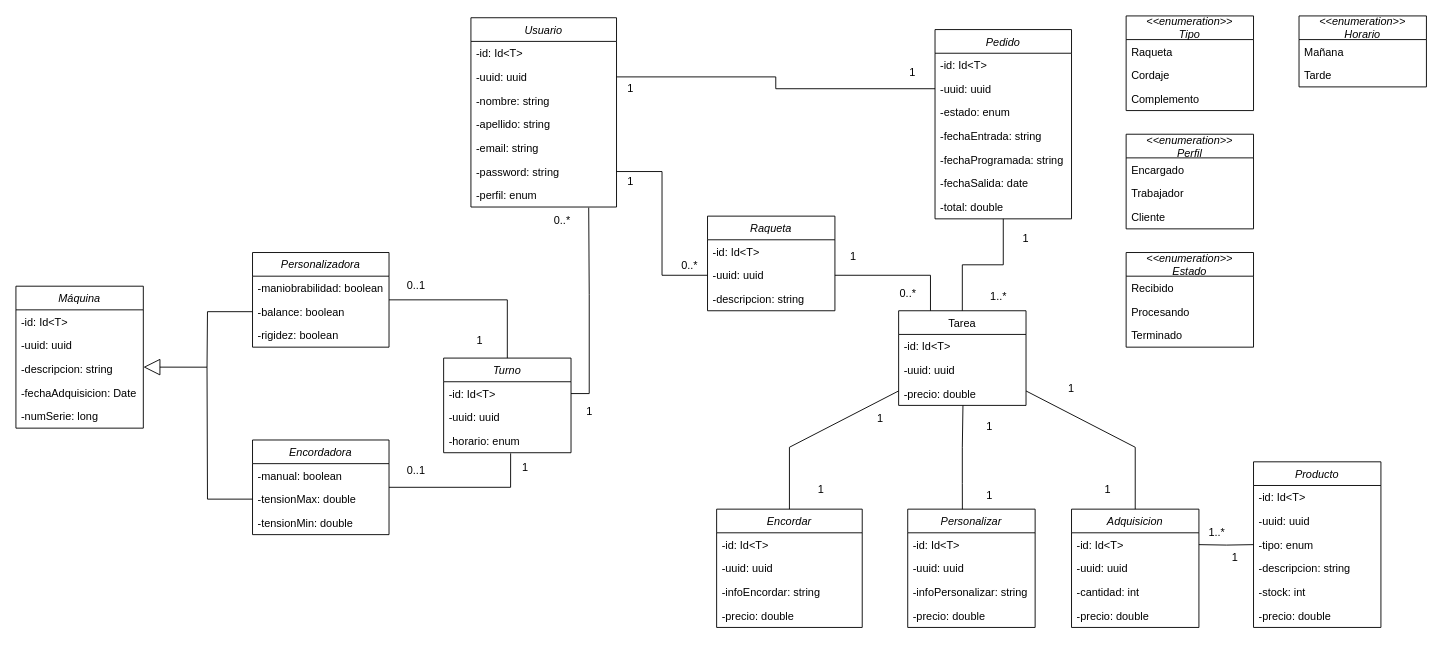
This is image/tennisLab-Reactivo.drawio from Mario999X/tennislab-MongoDB-SpringData-Reactivo, a draw.io file, before an edit. Source tidied: cells renumbered, new cells numbered last; positions are measured from the earlier drawing's top-left corner, leaving out a move shared by most shapes. Both pictures are drawn from the tidied source at 91%, with x=0, y=0 at pixel (15, 15).
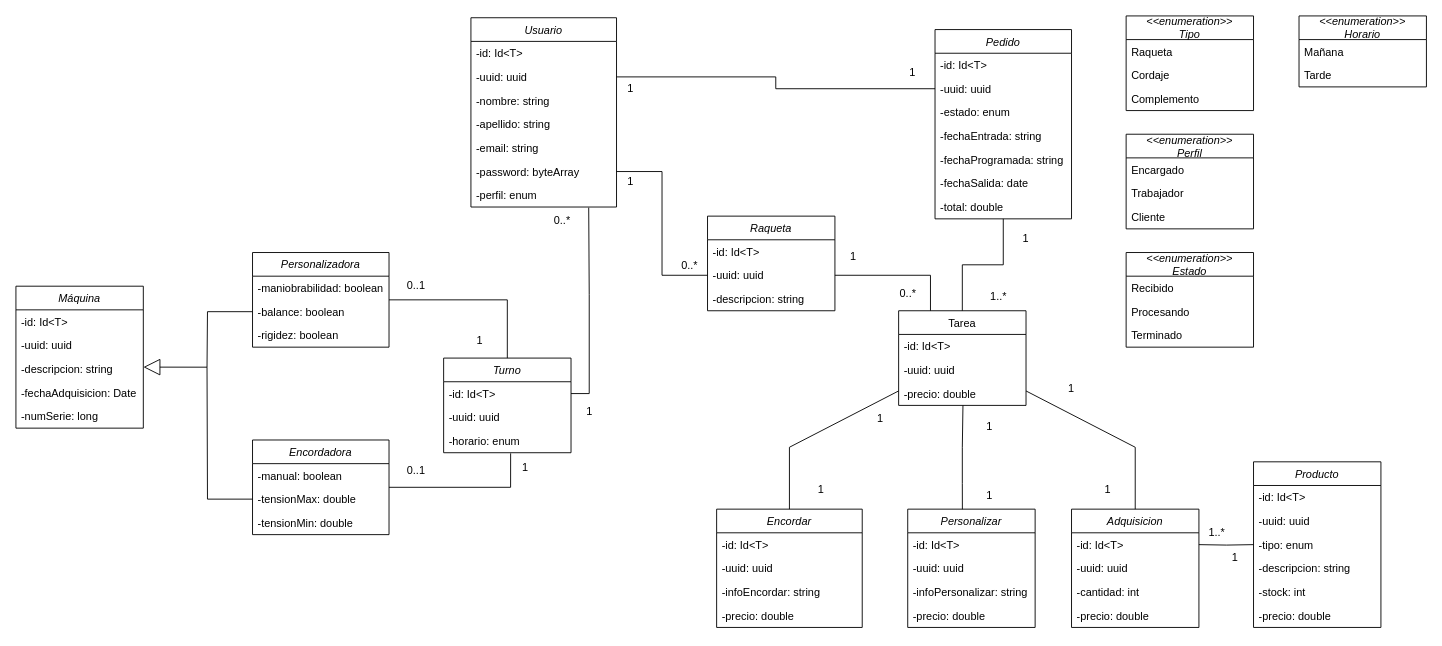
Above is the later version.

Commit message (it also covers changes not shown here):
Correcion al diagrama.

The change refers to these unchanged cells:
```xml
<mxCell id="2" value="Usuario" style="swimlane;fontStyle=2;align=center;verticalAlign=top;horizontal=1;startSize=26;rounded=0;shadow=0;strokeWidth=1;" parent="1" vertex="1">
  <mxGeometry x="500" y="2" width="160" height="208" as="geometry" />
</mxCell>
```

What changed in the source:
```diff
@@
-    <mxCell id="8" value="-password: string" style="text;align=left;verticalAlign=top;spacingLeft=4;spacingRight=4;overflow=hidden;points=[[0,0.5],[1,0.5]];portConstraint=eastwest;rounded=0;shadow=0;html=0;" parent="2" vertex="1">
+    <mxCell id="8" value="-password: byteArray" style="text;align=left;verticalAlign=top;spacingLeft=4;spacingRight=4;overflow=hidden;points=[[0,0.5],[1,0.5]];portConstraint=eastwest;rounded=0;shadow=0;html=0;" parent="2" vertex="1">
       <mxGeometry y="156" width="160" height="26" as="geometry" />
     </mxCell>
```
